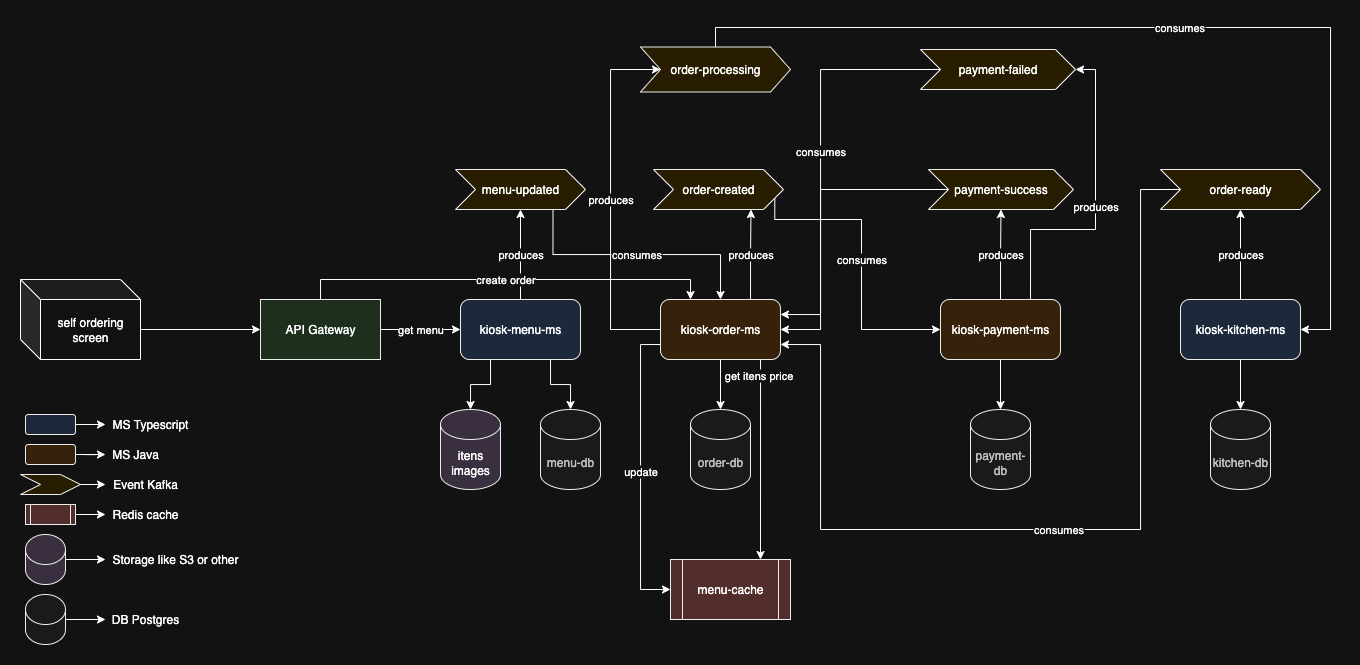
Before: docs/kiosk_arch.png, a diagram exported from draw.io (JanainaPaula/kiosk). Source tidied: cells renumbered, new cells last; positions are measured from the earlier drawing's top-left corner, leaving out a move shared by most shapes.
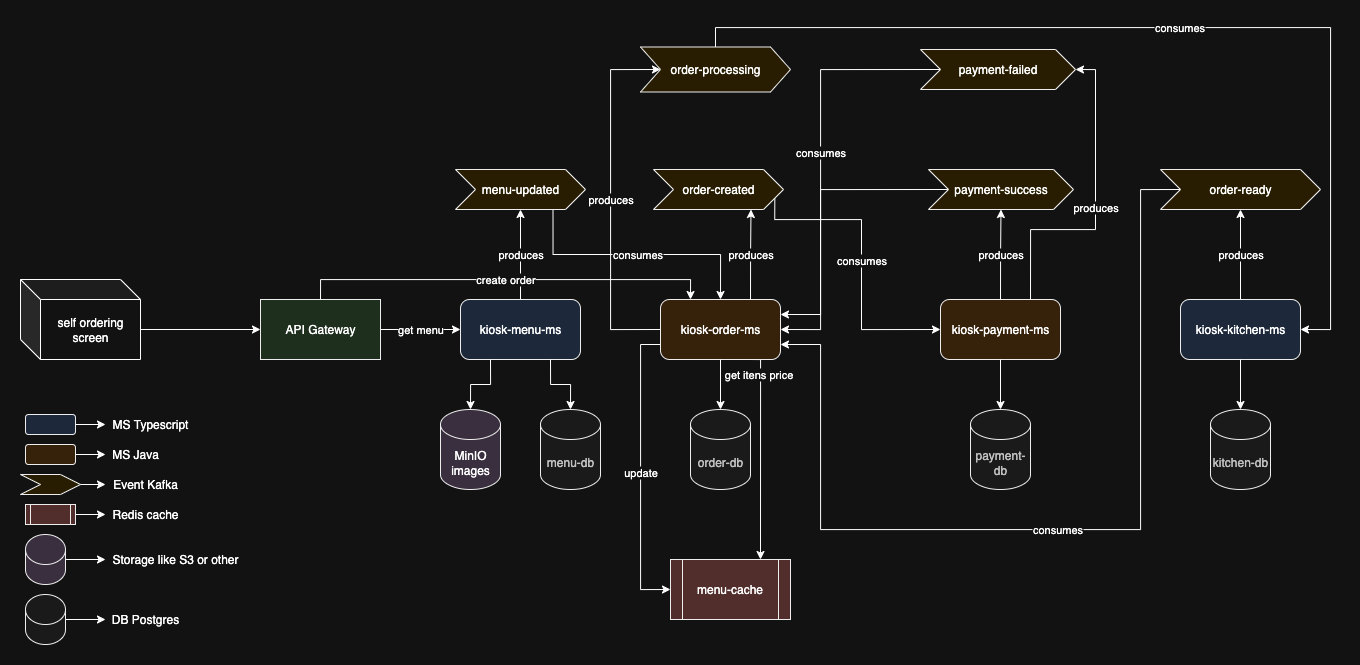
Later version of the same file.

Commit message:
atualizando digrama de arquitetura do projeto kiosk

What changed in the source:
```diff
@@ -123,7 +123,7 @@
     <mxCell id="28" value="&lt;span style=&quot;background-color: transparent; color: light-dark(rgb(51, 51, 51), rgb(193, 193, 193));&quot;&gt;menu-db&lt;/span&gt;" style="shape=cylinder3;whiteSpace=wrap;html=1;boundedLbl=1;backgroundOutline=1;size=15;fillColor=#f5f5f5;fontColor=#333333;strokeColor=#000000;" parent="1" vertex="1">
       <mxGeometry x="520" y="382" width="60" height="80" as="geometry" />
     </mxCell>
-    <mxCell id="29" value="&lt;div&gt;itens images&lt;/div&gt;" style="shape=cylinder3;whiteSpace=wrap;html=1;boundedLbl=1;backgroundOutline=1;size=15;fillColor=#e1d5e7;strokeColor=#000000;" parent="1" vertex="1">
+    <mxCell id="29" value="&lt;div&gt;MinIO&lt;/div&gt;&lt;div&gt;images&lt;/div&gt;" style="shape=cylinder3;whiteSpace=wrap;html=1;boundedLbl=1;backgroundOutline=1;size=15;fillColor=#e1d5e7;strokeColor=#000000;" parent="1" vertex="1">
       <mxGeometry x="420" y="382" width="60" height="80" as="geometry" />
     </mxCell>
     <mxCell id="30" value="consumes" style="edgeStyle=orthogonalEdgeStyle;rounded=0;jettySize=auto;html=1;exitX=0.5;exitY=0;exitDx=0;exitDy=0;entryX=1;entryY=0.5;entryDx=0;entryDy=0;" parent="1" edge="1" source="31" target="11">
```
